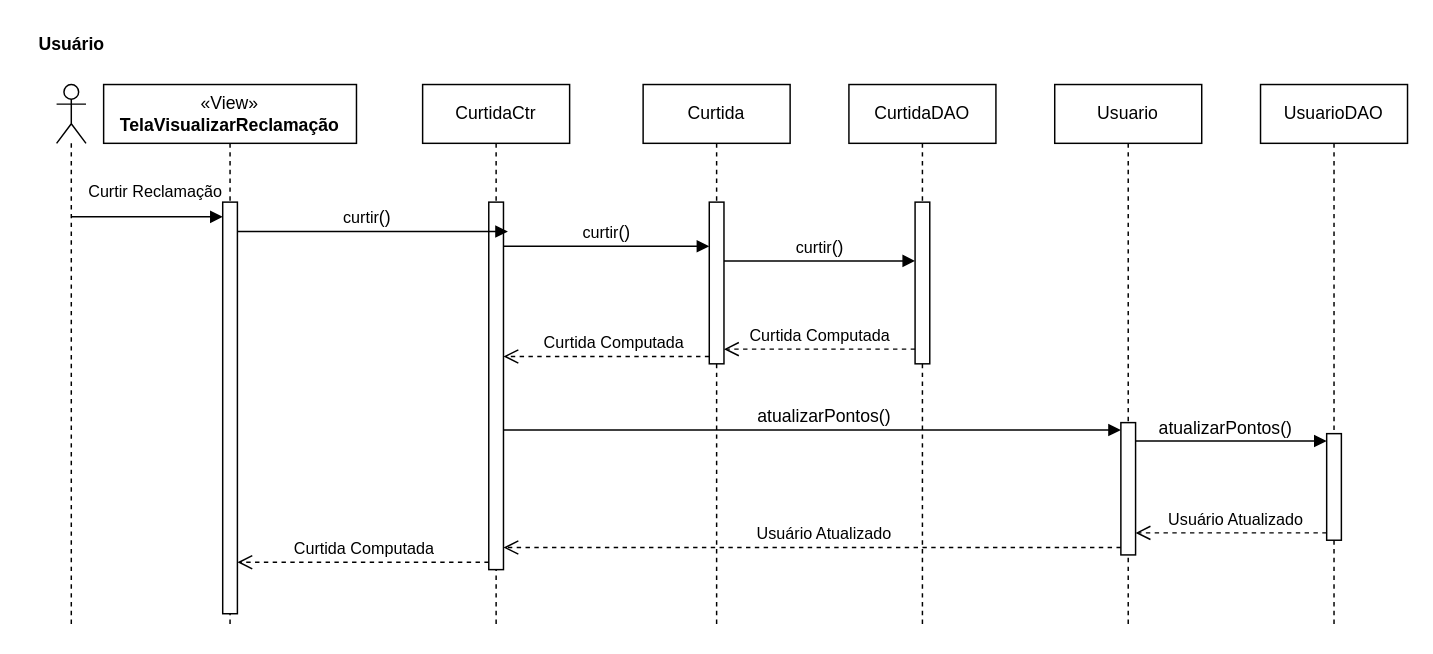
Before: Documentação/Diagramas/Diagramas de Sequencia/Diagrama de Sequencia Curtir.drawio in frsouzaa/Documentacao-TCC-NossaVia, a draw.io diagram. Source tidied: cells renumbered, new cells numbered last; positions are measured from the earlier drawing's top-left corner, leaving out a move shared by most shapes. Both pictures are drawn from the tidied source at 147%, with x=0, y=0 at pixel (25, 25).
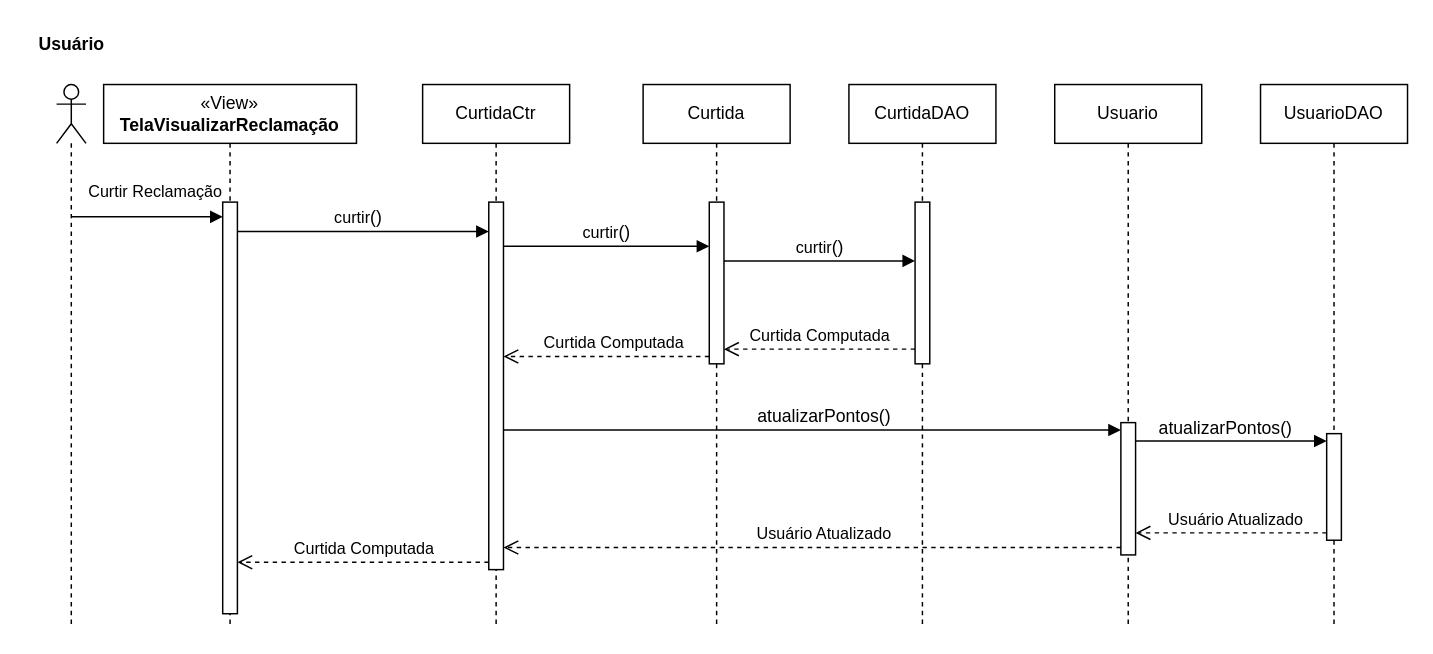
Above is the later version.

The change refers to these unchanged cells:
```xml
<mxCell id="8" style="html=1;points=[[0,0,0,0,5],[0,1,0,0,-5],[1,0,0,0,5],[1,1,0,0,-5]];perimeter=orthogonalPerimeter;outlineConnect=0;targetShapes=umlLifeline;portConstraint=eastwest;newEdgeStyle={&quot;curved&quot;:0,&quot;rounded&quot;:0};" parent="7" vertex="1">
  <mxGeometry x="45" y="80" width="10" height="250" as="geometry" />
</mxCell>
```

What changed in the source:
```diff
@@
-    <mxCell id="10" value="&lt;span style=&quot;text-align: left;&quot;&gt;curtir&lt;/span&gt;&lt;span style=&quot;font-size: 12px; text-align: left;&quot;&gt;()&lt;/span&gt;" style="html=1;verticalAlign=bottom;endArrow=block;curved=0;rounded=0;" parent="1" edge="1">
+    <mxCell id="10" value="&lt;span style=&quot;text-align: left;&quot;&gt;curtir&lt;/span&gt;&lt;span style=&quot;font-size: 12px; text-align: left;&quot;&gt;()&lt;/span&gt;" style="html=1;verticalAlign=bottom;endArrow=block;curved=0;rounded=0;" parent="1" edge="1" target="8">
       <mxGeometry x="-0.04" relative="1" as="geometry">
         <mxPoint x="144" y="140" as="sourcePoint" />
-        <mxPoint x="328" y="140" as="targetPoint" />
       </mxGeometry>
     </mxCell>
```
